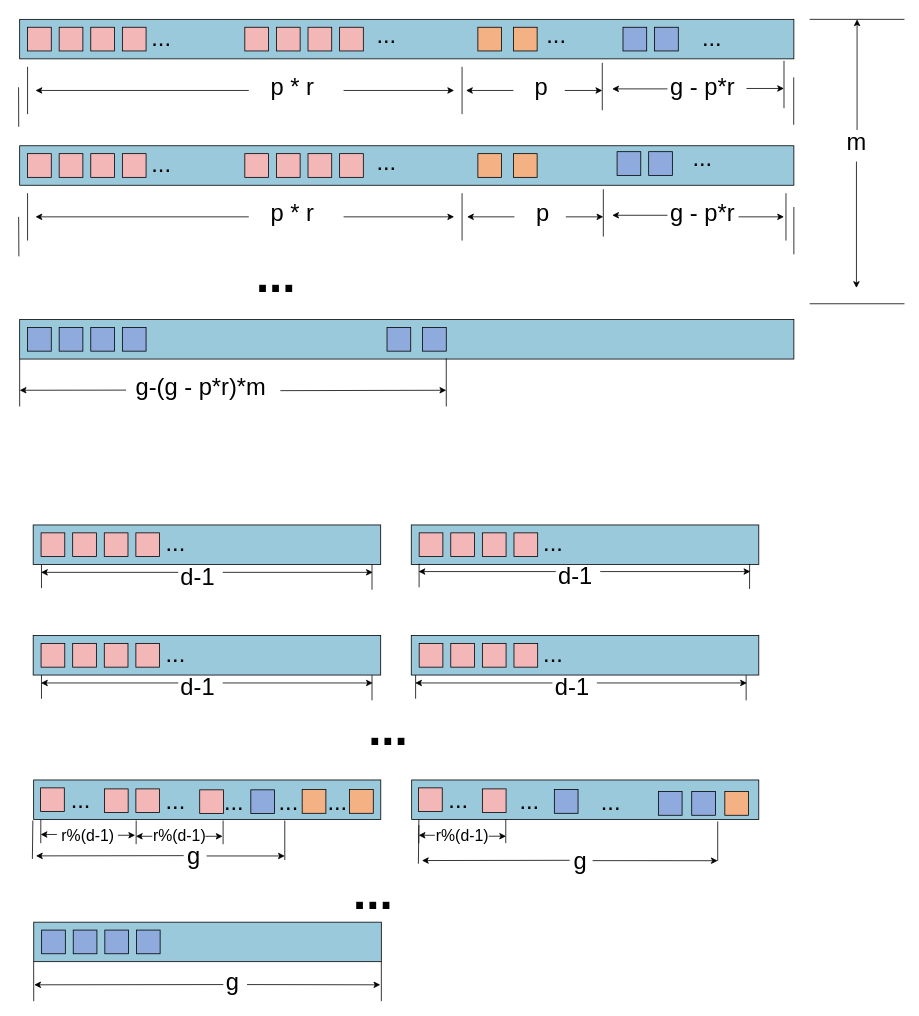
monopodium/Repair_optimal keeps this draw.io diagram as figures/draw_io_fig/final_pics.drawio. Above is the earlier version. Source tidied: cells renumbered, new cells numbered last; positions are measured from the earlier drawing's top-left corner, leaving out a move shared by most shapes. Both pictures are drawn from the tidied source at 79%, with x=0, y=0 at pixel (18, 19).
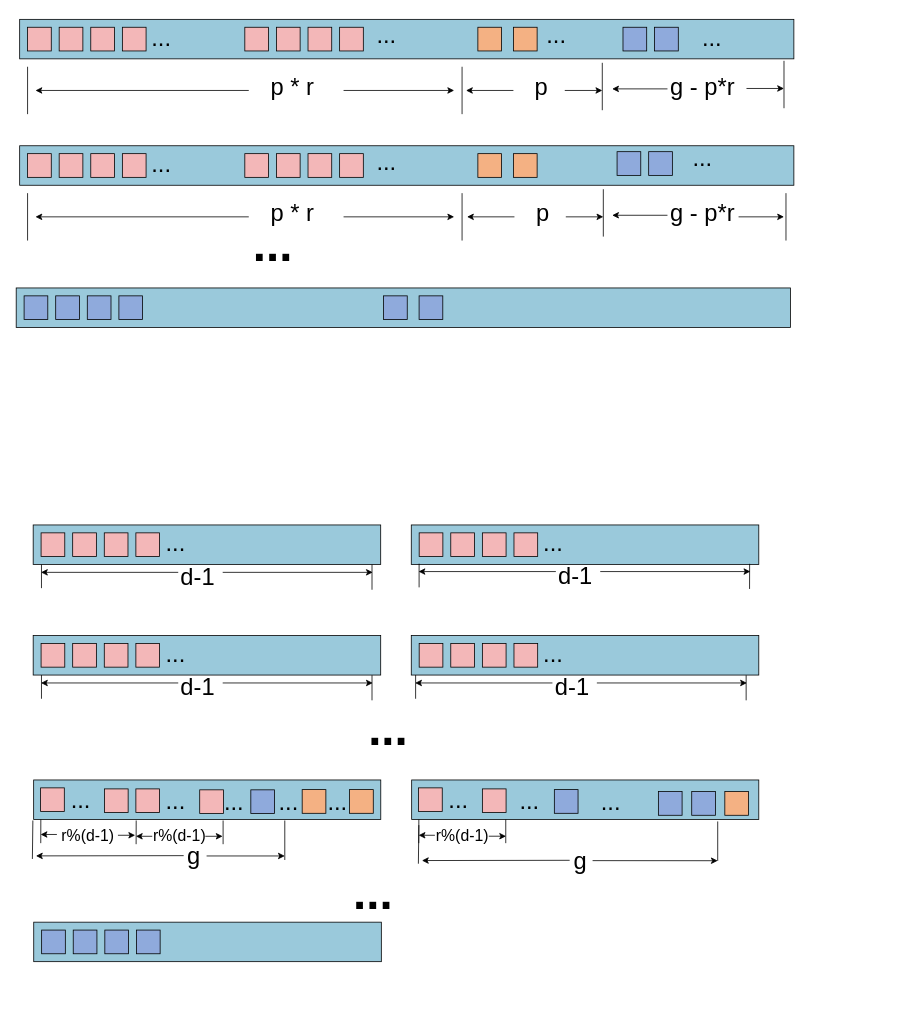
The same diagram, later.

What changed in the source:
```diff
@@
     <mxCell id="59" value="&lt;b&gt;&lt;font style=&quot;font-size: 60px;&quot;&gt;...&lt;/font&gt;&lt;/b&gt;" style="text;html=1;strokeColor=none;fillColor=none;align=center;verticalAlign=middle;whiteSpace=wrap;rounded=0;fontSize=30;" parent="1" vertex="1">
-      <mxGeometry x="296.4" y="310" width="60" height="30" as="geometry" />
+      <mxGeometry x="292" y="270" width="60" height="30" as="geometry" />
     </mxCell>
-    <mxCell id="60" style="endArrow=none;html=1;rounded=0;fontSize=60;fontColor=#FF0000;" parent="1" edge="1">
-      <mxGeometry relative="1" as="geometry">
-        <mxPoint x="1001.4" as="sourcePoint" />
-        <mxPoint x="1121.4" as="targetPoint" />
-      </mxGeometry>
-    </mxCell>
-    <mxCell id="61" style="endArrow=none;html=1;rounded=0;fontSize=60;fontColor=#FF0000;" parent="1" edge="1">
-      <mxGeometry relative="1" as="geometry">
-        <mxPoint x="1001.4" y="360" as="sourcePoint" />
-        <mxPoint x="1121.4" y="360" as="targetPoint" />
-      </mxGeometry>
-    </mxCell>
-    <mxCell id="62" style="endArrow=classic;html=1;rounded=0;fontSize=60;fontColor=#FF0000;" parent="1" edge="1">
-      <mxGeometry relative="1" as="geometry">
-        <mxPoint x="1061.4" y="140" as="sourcePoint" />
-        <mxPoint x="1061.4" as="targetPoint" />
-      </mxGeometry>
-    </mxCell>
-    <mxCell id="63" style="endArrow=classic;html=1;rounded=0;fontSize=60;fontColor=#FF0000;" parent="1" edge="1">
-      <mxGeometry relative="1" as="geometry">
-        <mxPoint x="1060.6" y="180" as="sourcePoint" />
-        <mxPoint x="1060.6" y="340" as="targetPoint" />
-      </mxGeometry>
-    </mxCell>
-    <mxCell id="64" value="m" style="text;html=1;strokeColor=none;fillColor=none;align=center;verticalAlign=middle;whiteSpace=wrap;rounded=0;fontSize=30;" parent="1" vertex="1">
-      <mxGeometry x="1031.4" y="140" width="60" height="30" as="geometry" />
-    </mxCell>
@@
     <mxCell id="67" style="rounded=0;whiteSpace=wrap;html=1;fontSize=30;fillColor=#9AC9DB;" parent="1" vertex="1">
-      <mxGeometry x="1.4" y="380" width="980" height="50" as="geometry" />
+      <mxGeometry x="-3" y="340" width="980" height="50" as="geometry" />
     </mxCell>
     <mxCell id="68" style="rounded=0;whiteSpace=wrap;html=1;fontSize=30;fillColor=#8FAADC;" parent="1" vertex="1">
-      <mxGeometry x="11.4" y="390" width="30" height="30" as="geometry" />
+      <mxGeometry x="7" y="350" width="30" height="30" as="geometry" />
     </mxCell>
     <mxCell id="69" style="rounded=0;whiteSpace=wrap;html=1;fontSize=30;fillColor=#8FAADC;" parent="1" vertex="1">
-      <mxGeometry x="51.4" y="390" width="30" height="30" as="geometry" />
+      <mxGeometry x="47" y="350" width="30" height="30" as="geometry" />
     </mxCell>
     <mxCell id="70" style="rounded=0;whiteSpace=wrap;html=1;fontSize=30;fillColor=#8FAADC;" parent="1" vertex="1">
-      <mxGeometry x="91.4" y="390" width="30" height="30" as="geometry" />
+      <mxGeometry x="87" y="350" width="30" height="30" as="geometry" />
     </mxCell>
     <mxCell id="71" style="rounded=0;whiteSpace=wrap;html=1;fontSize=30;fillColor=#8FAADC;" parent="1" vertex="1">
-      <mxGeometry x="131.4" y="390" width="30" height="30" as="geometry" />
+      <mxGeometry x="127" y="350" width="30" height="30" as="geometry" />
     </mxCell>
     <mxCell id="72" style="rounded=0;whiteSpace=wrap;html=1;fontSize=30;fillColor=#8FAADC;" parent="1" vertex="1">
-      <mxGeometry x="466.4" y="390" width="30" height="30" as="geometry" />
+      <mxGeometry x="462" y="350" width="30" height="30" as="geometry" />
     </mxCell>
     <mxCell id="73" style="rounded=0;whiteSpace=wrap;html=1;fontSize=30;fillColor=#8FAADC;" parent="1" vertex="1">
-      <mxGeometry x="511.4" y="390" width="30" height="30" as="geometry" />
+      <mxGeometry x="507" y="350" width="30" height="30" as="geometry" />
     </mxCell>
-    <mxCell id="74" style="endArrow=none;html=1;rounded=0;fontSize=30;" parent="1" edge="1">
-      <mxGeometry relative="1" as="geometry">
-        <mxPoint x="1.4" y="490" as="sourcePoint" />
-        <mxPoint x="1.4" y="430" as="targetPoint" />
-      </mxGeometry>
-    </mxCell>
-    <mxCell id="75" style="endArrow=none;html=1;rounded=0;fontSize=30;" parent="1" edge="1">
-      <mxGeometry relative="1" as="geometry">
-        <mxPoint x="0.4" y="300" as="sourcePoint" />
-        <mxPoint x="0.1" y="250" as="targetPoint" />
-      </mxGeometry>
-    </mxCell>
-    <mxCell id="76" style="endArrow=none;html=1;rounded=0;fontSize=30;" parent="1" edge="1">
-      <mxGeometry relative="1" as="geometry">
-        <mxPoint x="981.4" y="297.5" as="sourcePoint" />
-        <mxPoint x="981.4" y="237.5" as="targetPoint" />
-      </mxGeometry>
-    </mxCell>
-    <mxCell id="77" style="endArrow=none;html=1;rounded=0;fontSize=30;entryX=0.551;entryY=0.981;entryDx=0;entryDy=0;entryPerimeter=0;" parent="1" edge="1" target="67">
-      <mxGeometry relative="1" as="geometry">
-        <mxPoint x="541.4" y="490" as="sourcePoint" />
-      </mxGeometry>
-    </mxCell>
-    <mxCell id="78" style="endArrow=classic;html=1;rounded=0;fontSize=30;exitX=-0.002;exitY=0.644;exitDx=0;exitDy=0;exitPerimeter=0;" parent="1" edge="1" source="80">
-      <mxGeometry relative="1" as="geometry">
-        <mxPoint x="1.4" y="469.5" as="targetPoint" />
-      </mxGeometry>
-    </mxCell>
-    <mxCell id="79" style="endArrow=classic;html=1;rounded=0;fontSize=30;" parent="1" edge="1">
-      <mxGeometry relative="1" as="geometry">
-        <mxPoint x="331.4" y="470" as="sourcePoint" />
-        <mxPoint x="541.4" y="469.5" as="targetPoint" />
-      </mxGeometry>
-    </mxCell>
-    <mxCell id="80" value="g-(g - p*r)*m" style="text;html=1;strokeColor=none;fillColor=none;align=center;verticalAlign=middle;whiteSpace=wrap;rounded=0;fontSize=30;" parent="1" vertex="1">
-      <mxGeometry x="136.4" y="450" width="190" height="30" as="geometry" />
-    </mxCell>
-    <mxCell id="81" style="endArrow=none;html=1;rounded=0;fontSize=30;" parent="1" edge="1">
-      <mxGeometry relative="1" as="geometry">
-        <mxPoint x="0.2" y="136" as="sourcePoint" />
-        <mxPoint y="86" as="targetPoint" />
-      </mxGeometry>
-    </mxCell>
-    <mxCell id="82" style="endArrow=none;html=1;rounded=0;fontSize=30;" parent="1" edge="1">
-      <mxGeometry relative="1" as="geometry">
-        <mxPoint x="981.2" y="133.5" as="sourcePoint" />
-        <mxPoint x="981.2" y="73.5" as="targetPoint" />
-      </mxGeometry>
-    </mxCell>
@@
-    <mxCell id="95" style="endArrow=none;html=1;rounded=0;fontSize=30;" parent="1" edge="1">
-      <mxGeometry relative="1" as="geometry">
-        <mxPoint x="19.2" y="1242.8" as="sourcePoint" />
-        <mxPoint x="19.1" y="1192.8" as="targetPoint" />
-      </mxGeometry>
-    </mxCell>
-    <mxCell id="96" style="endArrow=classic;html=1;rounded=0;fontSize=30;" parent="1" edge="1">
-      <mxGeometry relative="1" as="geometry">
-        <mxPoint x="289.2" y="1221.8" as="sourcePoint" />
-        <mxPoint x="457.9" y="1222.1" as="targetPoint" />
-      </mxGeometry>
-    </mxCell>
@@
-    <mxCell id="144" style="endArrow=none;html=1;rounded=0;fontSize=30;" parent="1" edge="1">
-      <mxGeometry relative="1" as="geometry">
-        <mxPoint x="459.2" y="1242.8" as="sourcePoint" />
-        <mxPoint x="459.2" y="1192.8" as="targetPoint" />
-      </mxGeometry>
-    </mxCell>
-    <mxCell id="145" style="endArrow=classic;html=1;rounded=0;fontSize=30;" parent="1" edge="1">
-      <mxGeometry relative="1" as="geometry">
-        <mxPoint x="259.2" y="1221.8" as="sourcePoint" />
-        <mxPoint x="19.8" y="1222.1" as="targetPoint" />
-      </mxGeometry>
-    </mxCell>
-    <mxCell id="146" value="&amp;nbsp;g" style="text;html=1;strokeColor=none;fillColor=none;align=center;verticalAlign=middle;whiteSpace=wrap;rounded=0;fontSize=30;" parent="1" vertex="1">
-      <mxGeometry x="249.2" y="1202.8" width="36.2" height="30" as="geometry" />
-    </mxCell>
```
